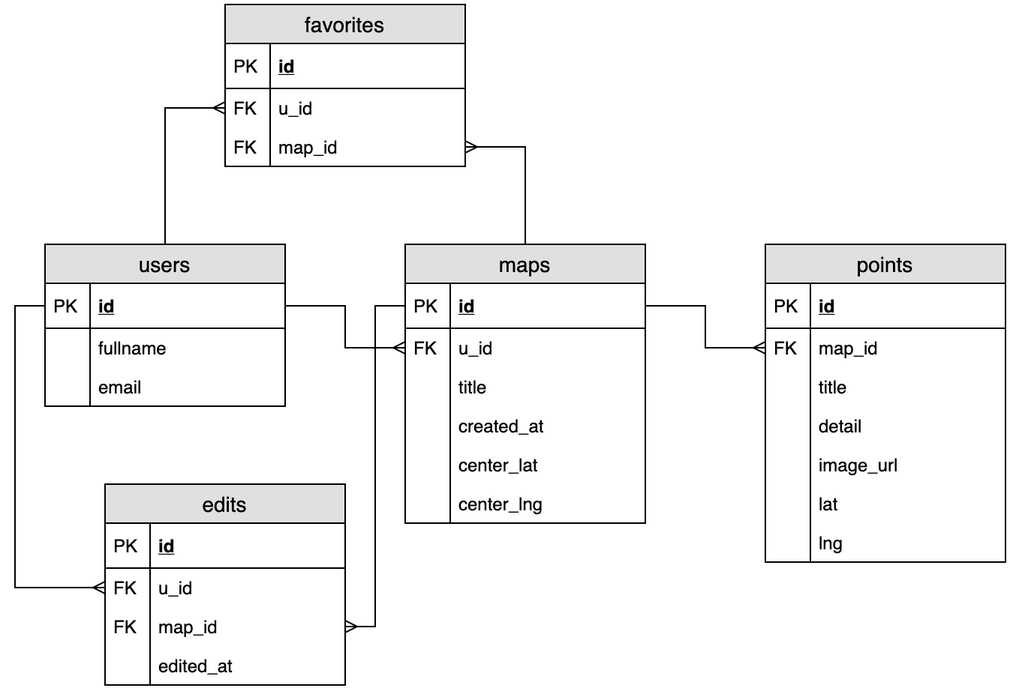
eina/lhl-wiki-map keeps this draw.io diagram as docs/wiki_maps_erd.png. Above is the earlier version. Source tidied: cells renumbered, new cells last; positions are measured from the earlier drawing's top-left corner, leaving out a move shared by most shapes.
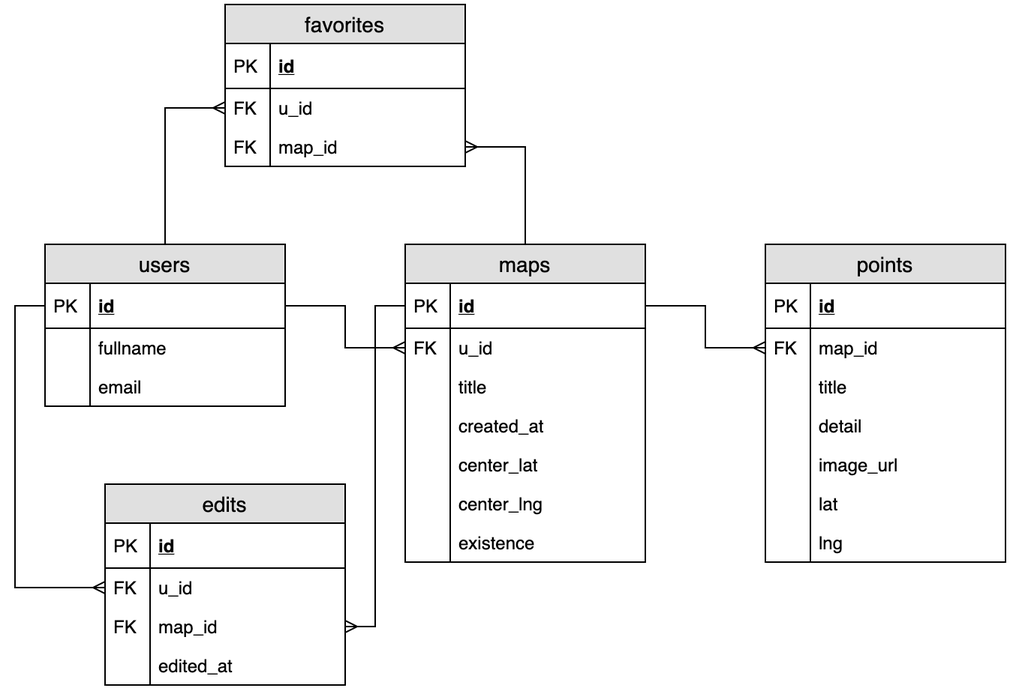
After the commit.

Commit message:
Updated documentation following maps table change

The edit, as a diff of the source:
```diff
@@ -30,7 +30,7 @@
       <mxGeometry relative="1" as="geometry" />
     </mxCell>
     <mxCell id="11" value="maps" style="swimlane;fontStyle=0;horizontal=1;startSize=26;fillColor=#e0e0e0;swimlaneFillColor=#ffffff;align=center;fontSize=14;" parent="1" vertex="1">
-      <mxGeometry x="240" y="160" width="160" height="186" as="geometry" />
+      <mxGeometry x="240" y="160" width="160" height="212" as="geometry" />
     </mxCell>
     <mxCell id="12" value="id" style="shape=partialRectangle;top=0;left=0;right=0;bottom=1;align=left;verticalAlign=middle;fillColor=none;spacingLeft=34;spacingRight=4;overflow=hidden;points=[[0,0.5],[1,0.5]];portConstraint=eastwest;fontStyle=5;fontSize=12;" parent="11" vertex="1">
       <mxGeometry y="26" width="160" height="30" as="geometry" />
@@ -68,6 +68,12 @@
     <mxCell id="23" style="shape=partialRectangle;top=0;left=0;bottom=0;fillColor=none;align=left;verticalAlign=top;spacingLeft=4;spacingRight=4;overflow=hidden;fontSize=12;" parent="22" vertex="1">
       <mxGeometry width="30" height="26" as="geometry" />
     </mxCell>
+    <mxCell id="59" value="existence" style="shape=partialRectangle;top=0;left=0;right=0;bottom=0;align=left;verticalAlign=top;fillColor=none;spacingLeft=34;spacingRight=4;overflow=hidden;fontSize=12;" parent="11" vertex="1">
+      <mxGeometry y="186" width="160" height="26" as="geometry" />
+    </mxCell>
+    <mxCell id="60" style="shape=partialRectangle;top=0;left=0;bottom=0;fillColor=none;align=left;verticalAlign=top;spacingLeft=4;spacingRight=4;overflow=hidden;fontSize=12;" parent="59" vertex="1">
+      <mxGeometry width="30" height="26" as="geometry" />
+    </mxCell>
     <mxCell id="24" value="points" style="swimlane;fontStyle=0;horizontal=1;startSize=26;fillColor=#e0e0e0;swimlaneFillColor=#ffffff;align=center;fontSize=14;" parent="1" vertex="1">
       <mxGeometry x="480" y="160" width="160" height="212" as="geometry" />
     </mxCell>
```
